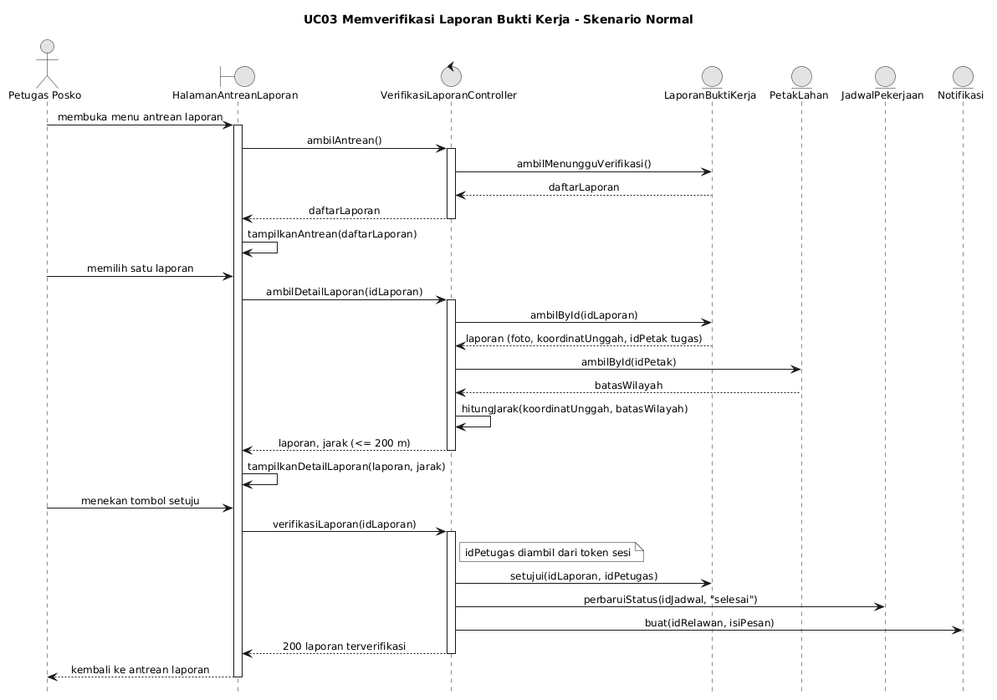
The PlantUML diagram docs/M8/assets/diagram/sequence-diagram-03.png in Levvroy/IF2150-RPL-K01-G08, before a commit.
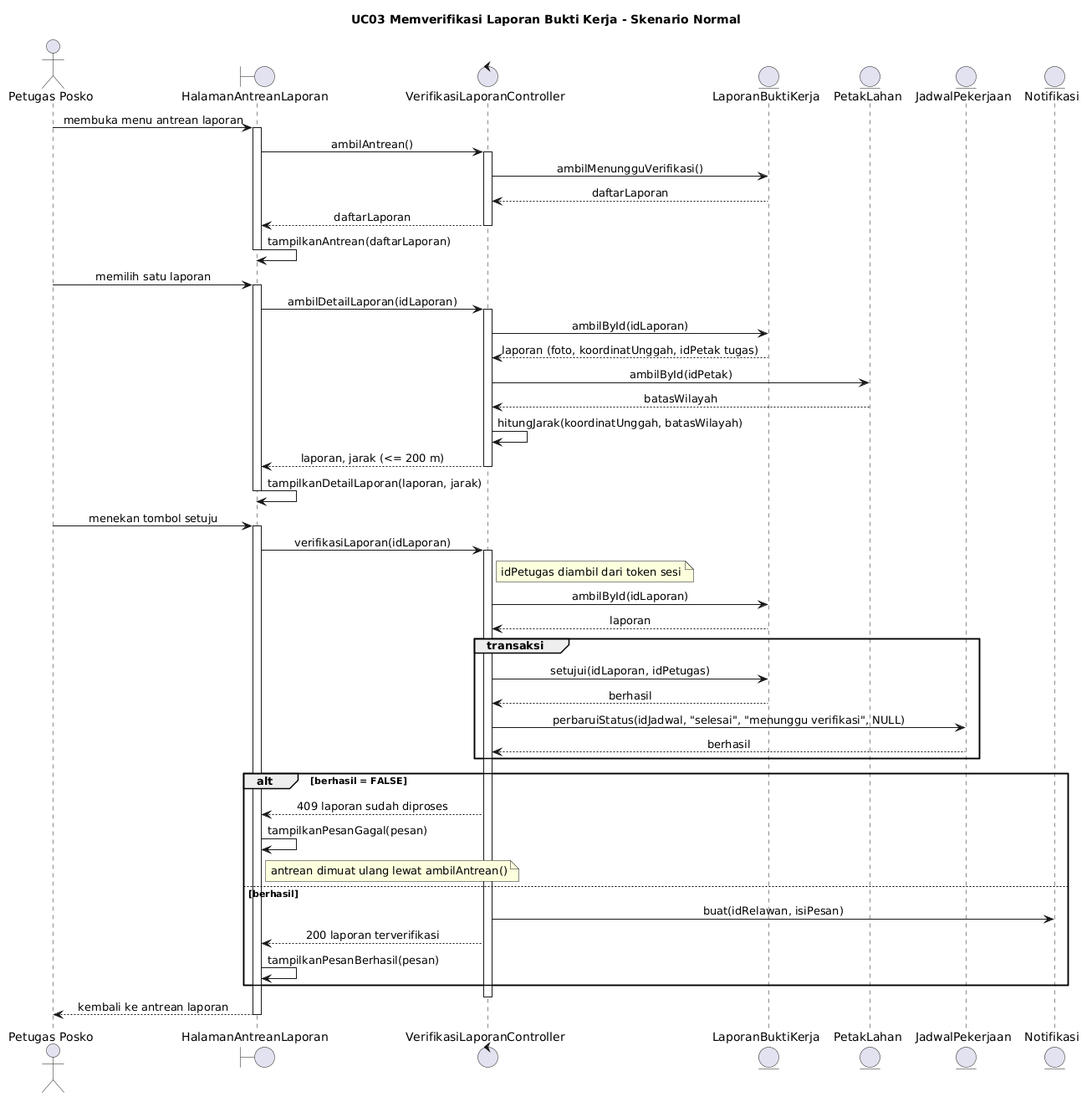
Above is the later version.

Commit message:
docs: perbarui diagram kelas dan sequence UC03

What changed in the source:
```diff
@@ -1,52 +1,68 @@
 @startuml
-skinparam monochrome true
+title UC03 Memverifikasi Laporan Bukti Kerja - Skenario Normal
+
 skinparam shadowing false
-skinparam defaultFontName Arial
-skinparam defaultFontSize 12
 skinparam sequenceMessageAlign center
-skinparam responseMessageBelowArrow true
 
-hide footbox
-title UC03 Memverifikasi Laporan Bukti Kerja - Skenario Normal
-actor "Petugas Posko" as P
-boundary HalamanAntreanLaporan as V
-control VerifikasiLaporanController as C
-entity LaporanBuktiKerja as B
-entity PetakLahan as L
-entity JadwalPekerjaan as J
-entity Notifikasi as N
+actor "Petugas Posko" as Petugas
+boundary HalamanAntreanLaporan as Halaman
+control VerifikasiLaporanController as Controller
+entity LaporanBuktiKerja as Laporan
+entity PetakLahan as Petak
+entity JadwalPekerjaan as Jadwal
+entity Notifikasi as Notif
 
-P -> V : membuka menu antrean laporan
-activate V
-V -> C : ambilAntrean()
-activate C
-C -> B : ambilMenungguVerifikasi()
-B --> C : daftarLaporan
-C --> V : daftarLaporan
-deactivate C
-V -> V : tampilkanAntrean(daftarLaporan)
+Petugas -> Halaman : membuka menu antrean laporan
+activate Halaman
+Halaman -> Controller : ambilAntrean()
+activate Controller
+Controller -> Laporan : ambilMenungguVerifikasi()
+Laporan --> Controller : daftarLaporan
+Controller --> Halaman : daftarLaporan
+deactivate Controller
+Halaman -> Halaman : tampilkanAntrean(daftarLaporan)
+deactivate Halaman
 
-P -> V : memilih satu laporan
-V -> C : ambilDetailLaporan(idLaporan)
-activate C
-C -> B : ambilById(idLaporan)
-B --> C : laporan (foto, koordinatUnggah, idPetak tugas)
-C -> L : ambilById(idPetak)
-L --> C : batasWilayah
-C -> C : hitungJarak(koordinatUnggah, batasWilayah)
-C --> V : laporan, jarak (<= 200 m)
-deactivate C
-V -> V : tampilkanDetailLaporan(laporan, jarak)
+Petugas -> Halaman : memilih satu laporan
+activate Halaman
+Halaman -> Controller : ambilDetailLaporan(idLaporan)
+activate Controller
+Controller -> Laporan : ambilById(idLaporan)
+Laporan --> Controller : laporan (foto, koordinatUnggah, idPetak tugas)
+Controller -> Petak : ambilById(idPetak)
+Petak --> Controller : batasWilayah
+Controller -> Controller : hitungJarak(koordinatUnggah, batasWilayah)
+Controller --> Halaman : laporan, jarak (<= 200 m)
+deactivate Controller
+Halaman -> Halaman : tampilkanDetailLaporan(laporan, jarak)
+deactivate Halaman
 
-P -> V : menekan tombol setuju
-V -> C : verifikasiLaporan(idLaporan)
-activate C
-note right of C : idPetugas diambil dari token sesi
-C -> B : setujui(idLaporan, idPetugas)
-C -> J : perbaruiStatus(idJadwal, "selesai")
-C -> N : buat(idRelawan, isiPesan)
-C --> V : 200 laporan terverifikasi
-deactivate C
-V --> P : kembali ke antrean laporan
-deactivate V
+Petugas -> Halaman : menekan tombol setuju
+activate Halaman
+Halaman -> Controller : verifikasiLaporan(idLaporan)
+activate Controller
+note right of Controller : idPetugas diambil dari token sesi
+Controller -> Laporan : ambilById(idLaporan)
+Laporan --> Controller : laporan
+
+group transaksi
+  Controller -> Laporan : setujui(idLaporan, idPetugas)
+  Laporan --> Controller : berhasil
+  Controller -> Jadwal : perbaruiStatus(idJadwal, "selesai", "menunggu verifikasi", NULL)
+  Jadwal --> Controller : berhasil
+end
+
+alt berhasil = FALSE
+  Controller --> Halaman : 409 laporan sudah diproses
+  Halaman -> Halaman : tampilkanPesanGagal(pesan)
+  note right of Halaman : antrean dimuat ulang lewat ambilAntrean()
+else berhasil
+  Controller -> Notif : buat(idRelawan, isiPesan)
+  Controller --> Halaman : 200 laporan terverifikasi
+  Halaman -> Halaman : tampilkanPesanBerhasil(pesan)
+end
+deactivate Controller
+
+Halaman --> Petugas : kembali ke antrean laporan
+deactivate Halaman
 @enduml
```
